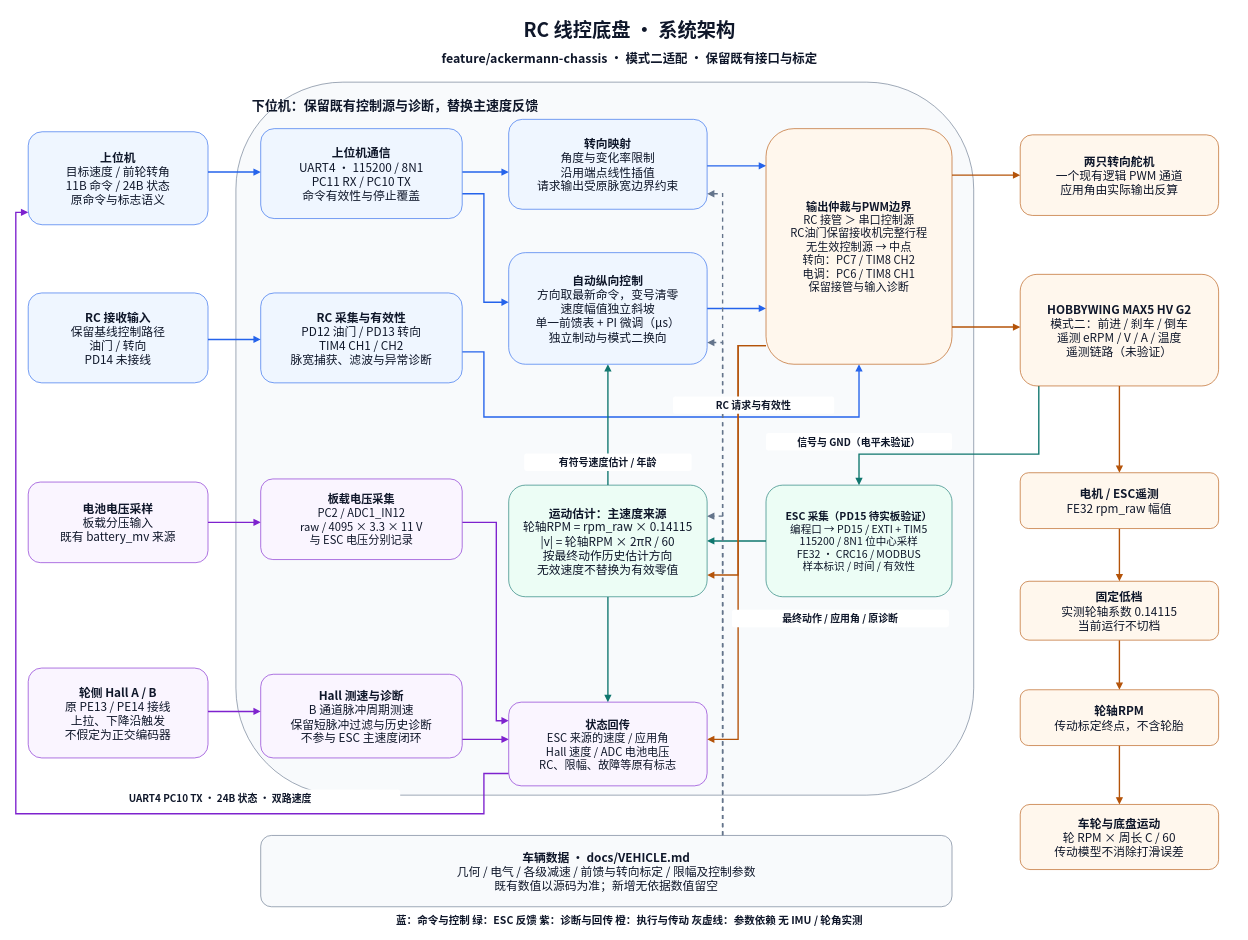
Above: docs/diagrams/chassis.drawio in XM-LEES/RCCar-Firmware (draw.io), before the change. Source tidied: cells renumbered, new cells numbered last; positions are measured from the earlier drawing's top-left corner, leaving out a move shared by most shapes. Both pictures are drawn from the tidied source at 62%, with x=0, y=0 at pixel (16, 11).
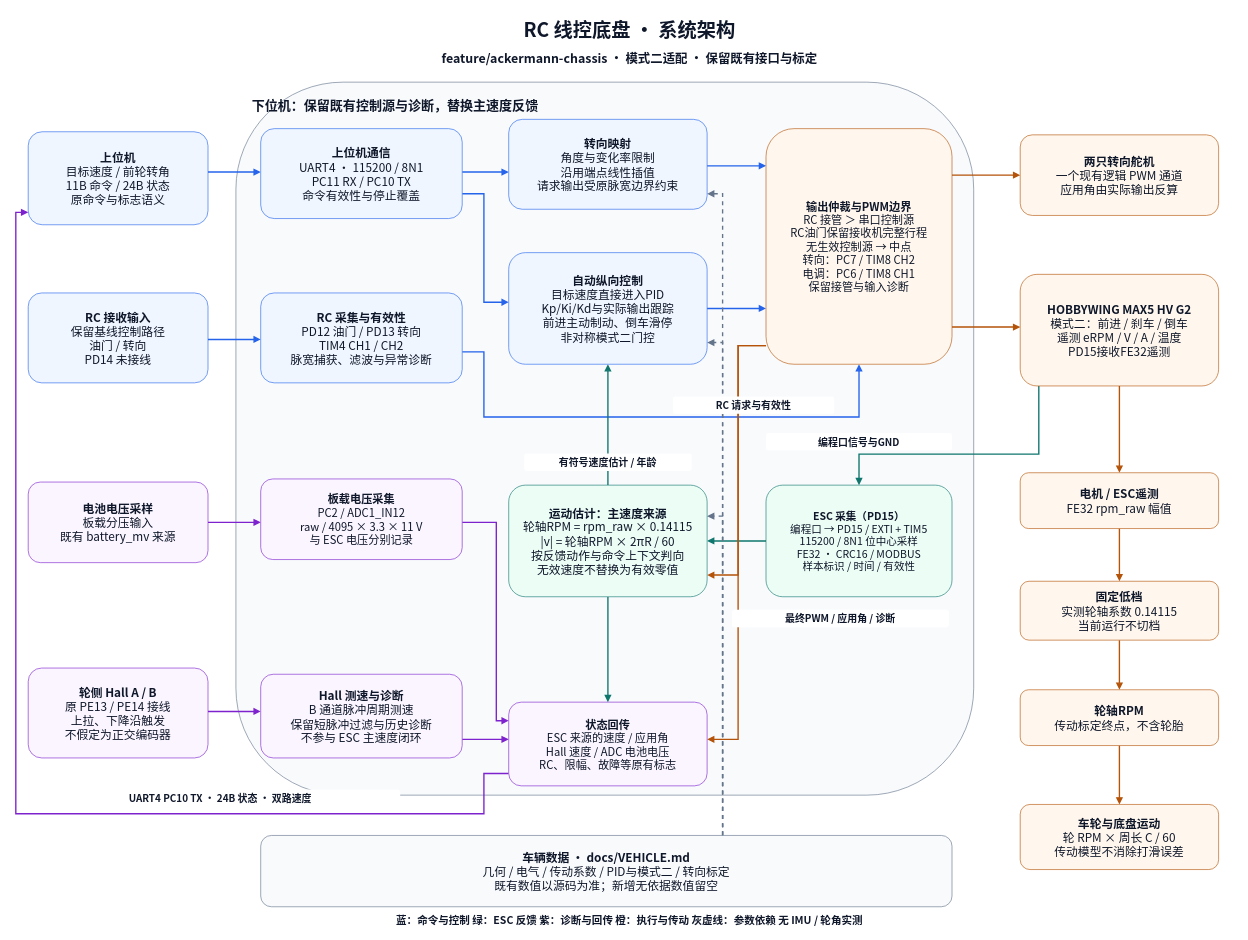
After the change.

Diff of the diagram source:
```diff
@@
-    <mxCell id="35" value="&lt;b&gt;自动纵向控制&lt;/b&gt;&lt;br&gt;方向取最新命令，变号清零&lt;br&gt;速度幅值独立斜坡&lt;br&gt;单一前馈表 + PI 微调（µs）&lt;br&gt;独立制动与模式二换向" style="rounded=1;whiteSpace=wrap;html=1;fontFamily=Noto Sans CJK SC;fontSize=19;fontColor=#0f172a;fillColor=#eff6ff;strokeColor=#2563eb;spacing=8;" parent="1" vertex="1">
+    <mxCell id="35" value="&lt;b&gt;自动纵向控制&lt;/b&gt;&lt;br&gt;目标速度直接进入PID&lt;br&gt;Kp/Ki/Kd与实际输出跟踪&lt;br&gt;前进主动制动、倒车滑停&lt;br&gt;非对称模式二门控" style="rounded=1;whiteSpace=wrap;html=1;fontFamily=Noto Sans CJK SC;fontSize=19;fontColor=#0f172a;fillColor=#eff6ff;strokeColor=#2563eb;spacing=8;" parent="1" vertex="1">
       <mxGeometry x="795" y="390" width="320" height="180" as="geometry" />
     </mxCell>
@@
-    <mxCell id="38" value="&lt;b&gt;HOBBYWING MAX5 HV G2&lt;/b&gt;&lt;br&gt;模式二：前进 / 刹车 / 倒车&lt;br&gt;遥测 eRPM / V / A / 温度&lt;br&gt;遥测链路（未验证）" style="rounded=1;whiteSpace=wrap;html=1;fontFamily=Noto Sans CJK SC;fontSize=19;fontColor=#0f172a;fillColor=#fff7ed;strokeColor=#b45309;spacing=8;" parent="1" vertex="1">
+    <mxCell id="38" value="&lt;b&gt;HOBBYWING MAX5 HV G2&lt;/b&gt;&lt;br&gt;模式二：前进 / 刹车 / 倒车&lt;br&gt;遥测 eRPM / V / A / 温度&lt;br&gt;PD15接收FE32遥测" style="rounded=1;whiteSpace=wrap;html=1;fontFamily=Noto Sans CJK SC;fontSize=19;fontColor=#0f172a;fillColor=#fff7ed;strokeColor=#b45309;spacing=8;" parent="1" vertex="1">
       <mxGeometry x="1620" y="425" width="320" height="180" as="geometry" />
     </mxCell>
@@
-    <mxCell id="43" value="&lt;b&gt;运动估计：主速度来源&lt;/b&gt;&lt;br&gt;轮轴RPM = rpm_raw × 0.14115&lt;br&gt;|v| = 轮轴RPM × 2πR / 60&lt;br&gt;按最终动作历史估计方向&lt;br&gt;无效速度不替换为有效零值" style="rounded=1;whiteSpace=wrap;html=1;fontFamily=Noto Sans CJK SC;fontSize=19;fontColor=#0f172a;fillColor=#ecfdf5;strokeColor=#0f766e;spacing=8;" parent="1" vertex="1">
+    <mxCell id="43" value="&lt;b&gt;运动估计：主速度来源&lt;/b&gt;&lt;br&gt;轮轴RPM = rpm_raw × 0.14115&lt;br&gt;|v| = 轮轴RPM × 2πR / 60&lt;br&gt;按反馈动作与命令上下文判向&lt;br&gt;无效速度不替换为有效零值" style="rounded=1;whiteSpace=wrap;html=1;fontFamily=Noto Sans CJK SC;fontSize=19;fontColor=#0f172a;fillColor=#ecfdf5;strokeColor=#0f766e;spacing=8;" parent="1" vertex="1">
       <mxGeometry x="795" y="765" width="320" height="180" as="geometry" />
     </mxCell>
-    <mxCell id="44" value="&lt;b&gt;ESC 采集（PD15 待实板验证）&lt;/b&gt;&lt;br&gt;编程口 → PD15 / EXTI + TIM5&lt;br&gt;115200 / 8N1 位中心采样&lt;br&gt;FE32 · CRC16 / MODBUS&lt;br&gt;样本标识 / 时间 / 有效性" style="rounded=1;whiteSpace=wrap;html=1;fontFamily=Noto Sans CJK SC;fontSize=17;fontColor=#0f172a;fillColor=#ecfdf5;strokeColor=#0f766e;spacing=8;" parent="1" vertex="1">
+    <mxCell id="44" value="&lt;b&gt;ESC 采集（PD15）&lt;/b&gt;&lt;br&gt;编程口 → PD15 / EXTI + TIM5&lt;br&gt;115200 / 8N1 位中心采样&lt;br&gt;FE32 · CRC16 / MODBUS&lt;br&gt;样本标识 / 时间 / 有效性" style="rounded=1;whiteSpace=wrap;html=1;fontFamily=Noto Sans CJK SC;fontSize=17;fontColor=#0f172a;fillColor=#ecfdf5;strokeColor=#0f766e;spacing=8;" parent="1" vertex="1">
       <mxGeometry x="1210" y="765" width="300" height="180" as="geometry" />
     </mxCell>
@@
-    <mxCell id="52" value="&lt;b&gt;车辆数据 · docs/VEHICLE.md&lt;/b&gt;&lt;br&gt;几何 / 电气 / 各级减速 / 前馈与转向标定 / 限幅及控制参数&lt;br&gt;既有数值以源码为准；新增无依据数值留空" style="rounded=1;whiteSpace=wrap;html=1;fontFamily=Noto Sans CJK SC;fontSize=19;fontColor=#0f172a;fillColor=#f8fafc;strokeColor=#64748b;spacing=8;" parent="1" vertex="1">
+    <mxCell id="52" value="&lt;b&gt;车辆数据 · docs/VEHICLE.md&lt;/b&gt;&lt;br&gt;几何 / 电气 / 传动系数 / PID与模式二 / 转向标定&lt;br&gt;既有数值以源码为准；新增无依据数值留空" style="rounded=1;whiteSpace=wrap;html=1;fontFamily=Noto Sans CJK SC;fontSize=19;fontColor=#0f172a;fillColor=#f8fafc;strokeColor=#64748b;spacing=8;" parent="1" vertex="1">
       <mxGeometry x="395" y="1330" width="1115" height="115" as="geometry" />
     </mxCell>
@@
-    <mxCell id="55" value="&lt;b&gt;信号与 GND（电平未验证）&lt;/b&gt;" style="rounded=1;whiteSpace=wrap;html=1;fontFamily=Noto Sans CJK SC;fontSize=16;fontColor=#0f172a;fillColor=#ffffff;strokeColor=#0f766e;spacing=8;strokeColor=none;" parent="1" vertex="1">
+    <mxCell id="55" value="&lt;b&gt;编程口信号与GND&lt;/b&gt;" style="rounded=1;whiteSpace=wrap;html=1;fontFamily=Noto Sans CJK SC;fontSize=16;fontColor=#0f172a;fillColor=#ffffff;strokeColor=#0f766e;spacing=8;strokeColor=none;" parent="1" vertex="1">
       <mxGeometry x="1210" y="681" width="300" height="28" as="geometry" />
     </mxCell>
@@
-    <mxCell id="57" value="&lt;b&gt;最终动作 / 应用角 / 原诊断&lt;/b&gt;" style="rounded=1;whiteSpace=wrap;html=1;fontFamily=Noto Sans CJK SC;fontSize=16;fontColor=#0f172a;fillColor=#ffffff;strokeColor=#b45309;spacing=8;strokeColor=none;" parent="1" vertex="1">
+    <mxCell id="57" value="&lt;b&gt;最终PWM / 应用角 / 诊断&lt;/b&gt;" style="rounded=1;whiteSpace=wrap;html=1;fontFamily=Noto Sans CJK SC;fontSize=16;fontColor=#0f172a;fillColor=#ffffff;strokeColor=#b45309;spacing=8;strokeColor=none;" parent="1" vertex="1">
       <mxGeometry x="1155" y="966" width="350" height="28" as="geometry" />
     </mxCell>
```
